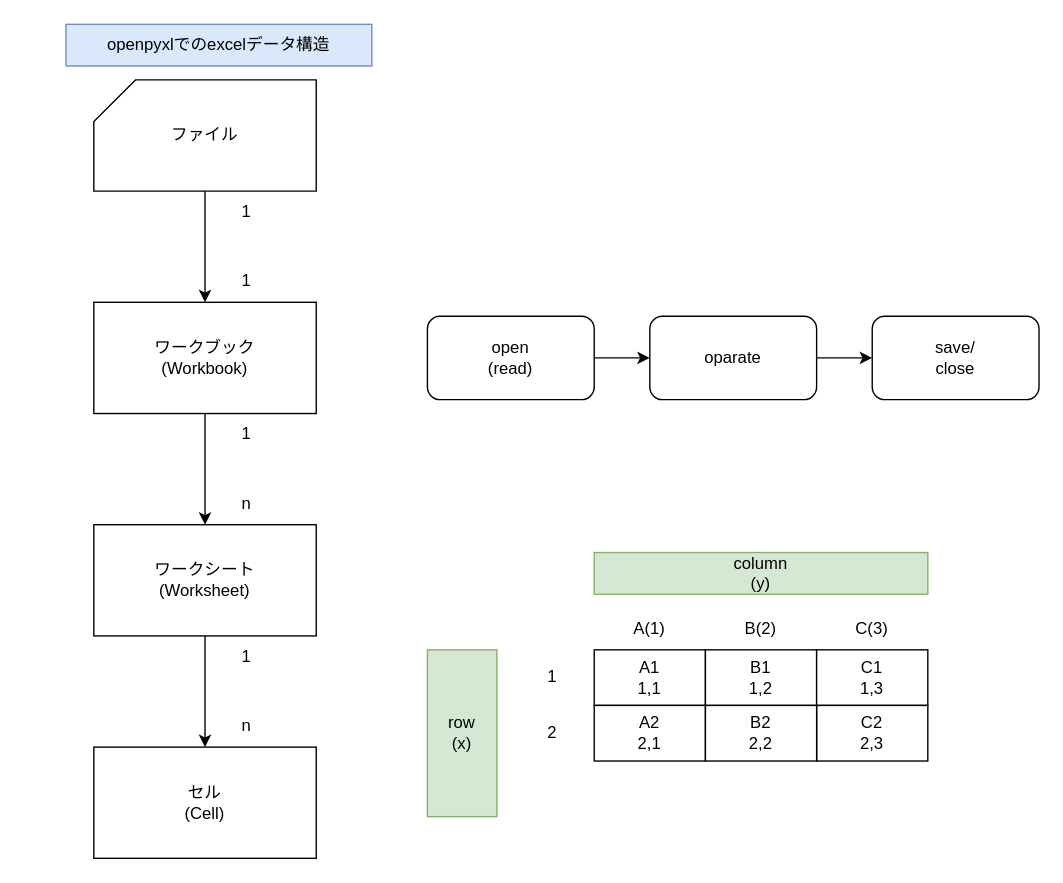
Before: database/excel_structure.drawio in YossyIto/qiita_tag_items, a draw.io diagram. Source tidied: cells renumbered, new cells numbered last; positions are measured from the earlier drawing's top-left corner, leaving out a move shared by most shapes. Both pictures are drawn from the tidied source at 139%, with x=0, y=0 at pixel (65, 24).
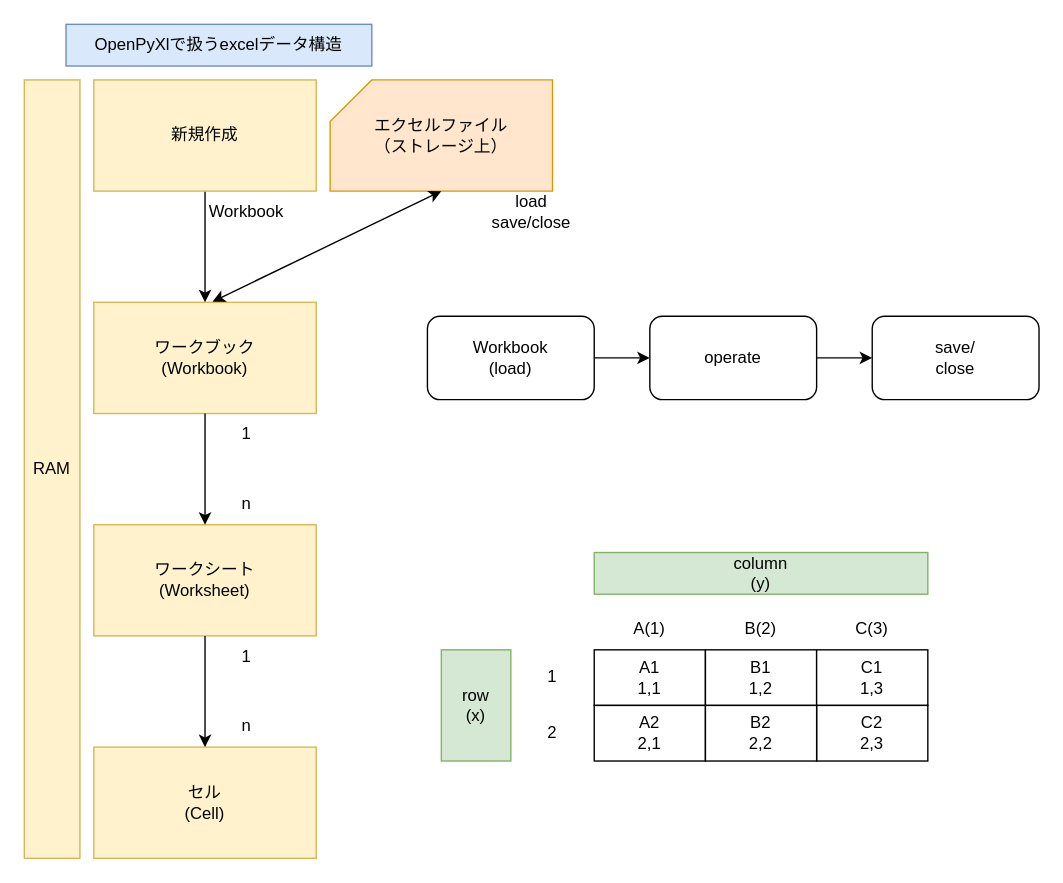
The same page after the edit.

Commit message (it also covers changes not shown here):
excel_structure.drawio を更新します

The edit, as a diff of the source:
```diff
@@
-    <mxCell id="2" value="ファイル" style="shape=card;whiteSpace=wrap;html=1;" parent="1" vertex="1">
-      <mxGeometry x="20" y="40" width="160" height="80" as="geometry" />
+    <mxCell id="2" value="エクセルファイル&lt;div&gt;（ストレージ上）&lt;/div&gt;" style="shape=card;whiteSpace=wrap;html=1;fillColor=#ffe6cc;strokeColor=#d79b00;" parent="1" vertex="1">
+      <mxGeometry x="190" y="40" width="160" height="80" as="geometry" />
     </mxCell>
-    <mxCell id="3" value="ワークブック&lt;div&gt;(Workbook)&lt;/div&gt;" style="rounded=0;whiteSpace=wrap;html=1;" parent="1" vertex="1">
+    <mxCell id="3" value="ワークブック&lt;div&gt;(Workbook)&lt;/div&gt;" style="rounded=0;whiteSpace=wrap;html=1;fillColor=#fff2cc;strokeColor=#d6b656;" parent="1" vertex="1">
       <mxGeometry x="20" y="200" width="160" height="80" as="geometry" />
     </mxCell>
-    <mxCell id="4" style="endArrow=classic;html=1;rounded=0;exitX=0.5;exitY=1;exitDx=0;exitDy=0;exitPerimeter=0;entryX=0.5;entryY=0;entryDx=0;entryDy=0;" parent="1" edge="1" source="2" target="3">
-      <mxGeometry relative="1" as="geometry" />
-    </mxCell>
-    <mxCell id="5" value="ワークシート&lt;div&gt;(Worksheet)&lt;/div&gt;" style="rounded=0;whiteSpace=wrap;html=1;" parent="1" vertex="1">
+    <mxCell id="5" value="ワークシート&lt;div&gt;(Worksheet)&lt;/div&gt;" style="rounded=0;whiteSpace=wrap;html=1;fillColor=#fff2cc;strokeColor=#d6b656;" parent="1" vertex="1">
       <mxGeometry x="20" y="360" width="160" height="80" as="geometry" />
     </mxCell>
-    <mxCell id="6" value="1" style="text;html=1;align=center;verticalAlign=middle;whiteSpace=wrap;rounded=0;" parent="1" vertex="1">
+    <mxCell id="6" value="Workbook" style="text;html=1;align=center;verticalAlign=middle;whiteSpace=wrap;rounded=0;" parent="1" vertex="1">
       <mxGeometry x="100" y="120" width="60" height="30" as="geometry" />
     </mxCell>
-    <mxCell id="7" value="1" style="text;html=1;align=center;verticalAlign=middle;whiteSpace=wrap;rounded=0;" parent="1" vertex="1">
-      <mxGeometry x="100" y="170" width="60" height="30" as="geometry" />
+    <mxCell id="7" value="load&lt;div&gt;save/close&lt;/div&gt;" style="text;html=1;align=center;verticalAlign=middle;whiteSpace=wrap;rounded=0;" parent="1" vertex="1">
+      <mxGeometry x="280" y="120" width="110" height="30" as="geometry" />
     </mxCell>
@@
-    <mxCell id="11" value="&lt;div&gt;セル&lt;/div&gt;&lt;div&gt;(Cell)&lt;/div&gt;" style="rounded=0;whiteSpace=wrap;html=1;" parent="1" vertex="1">
+    <mxCell id="11" value="&lt;div&gt;セル&lt;/div&gt;&lt;div&gt;(Cell)&lt;/div&gt;" style="rounded=0;whiteSpace=wrap;html=1;fillColor=#fff2cc;strokeColor=#d6b656;" parent="1" vertex="1">
       <mxGeometry x="20" y="520" width="160" height="80" as="geometry" />
     </mxCell>
@@
     <mxCell id="27" value="row&lt;div&gt;(x)&lt;/div&gt;" style="text;html=1;align=center;verticalAlign=middle;whiteSpace=wrap;rounded=0;fillColor=#d5e8d4;strokeColor=#82b366;" parent="1" vertex="1">
-      <mxGeometry x="260" y="450" width="50" height="120" as="geometry" />
+      <mxGeometry x="270" y="450" width="50" height="80" as="geometry" />
     </mxCell>
-    <mxCell id="28" value="open&lt;div&gt;(read)&lt;/div&gt;" style="rounded=1;whiteSpace=wrap;html=1;" parent="1" vertex="1">
+    <mxCell id="28" value="&lt;div&gt;Workbook&lt;/div&gt;&lt;div&gt;(load)&lt;/div&gt;" style="rounded=1;whiteSpace=wrap;html=1;" parent="1" vertex="1">
       <mxGeometry x="260" y="210" width="120" height="60" as="geometry" />
     </mxCell>
-    <mxCell id="29" value="oparate" style="rounded=1;whiteSpace=wrap;html=1;" parent="1" vertex="1">
+    <mxCell id="29" value="operate" style="rounded=1;whiteSpace=wrap;html=1;" parent="1" vertex="1">
       <mxGeometry x="420" y="210" width="120" height="60" as="geometry" />
     </mxCell>
@@
-    <mxCell id="33" value="openpyxlでのexcelデータ構造" style="text;html=1;align=center;verticalAlign=middle;whiteSpace=wrap;rounded=0;fillColor=#dae8fc;strokeColor=#6c8ebf;" parent="1" vertex="1">
+    <mxCell id="33" value="OpenPyXlで扱うexcelデータ構造" style="text;html=1;align=center;verticalAlign=middle;whiteSpace=wrap;rounded=0;fillColor=#dae8fc;strokeColor=#6c8ebf;" parent="1" vertex="1">
       <mxGeometry width="220" height="30" as="geometry" />
     </mxCell>
+    <mxCell id="34" value="RAM" style="rounded=0;whiteSpace=wrap;html=1;fillColor=#fff2cc;strokeColor=#d6b656;" parent="1" vertex="1">
+      <mxGeometry x="-30" y="40" width="40" height="560" as="geometry" />
+    </mxCell>
+    <mxCell id="35" style="endArrow=classic;html=1;rounded=0;exitX=0;exitY=0;exitDx=0;exitDy=0;entryX=0.5;entryY=0;entryDx=0;entryDy=0;" parent="1" edge="1" source="6" target="3">
+      <mxGeometry relative="1" as="geometry" />
+    </mxCell>
+    <mxCell id="36" value="新規作成" style="rounded=0;whiteSpace=wrap;html=1;fillColor=#fff2cc;strokeColor=#d6b656;" parent="1" vertex="1">
+      <mxGeometry x="20" y="40" width="160" height="80" as="geometry" />
+    </mxCell>
+    <mxCell id="37" style="endArrow=classic;startArrow=classic;html=1;rounded=0;exitX=0.534;exitY=-0.006;exitDx=0;exitDy=0;exitPerimeter=0;" parent="1" edge="1" source="3">
+      <mxGeometry relative="1" as="geometry">
+        <mxPoint x="270" y="120" as="targetPoint" />
+      </mxGeometry>
+    </mxCell>
```
